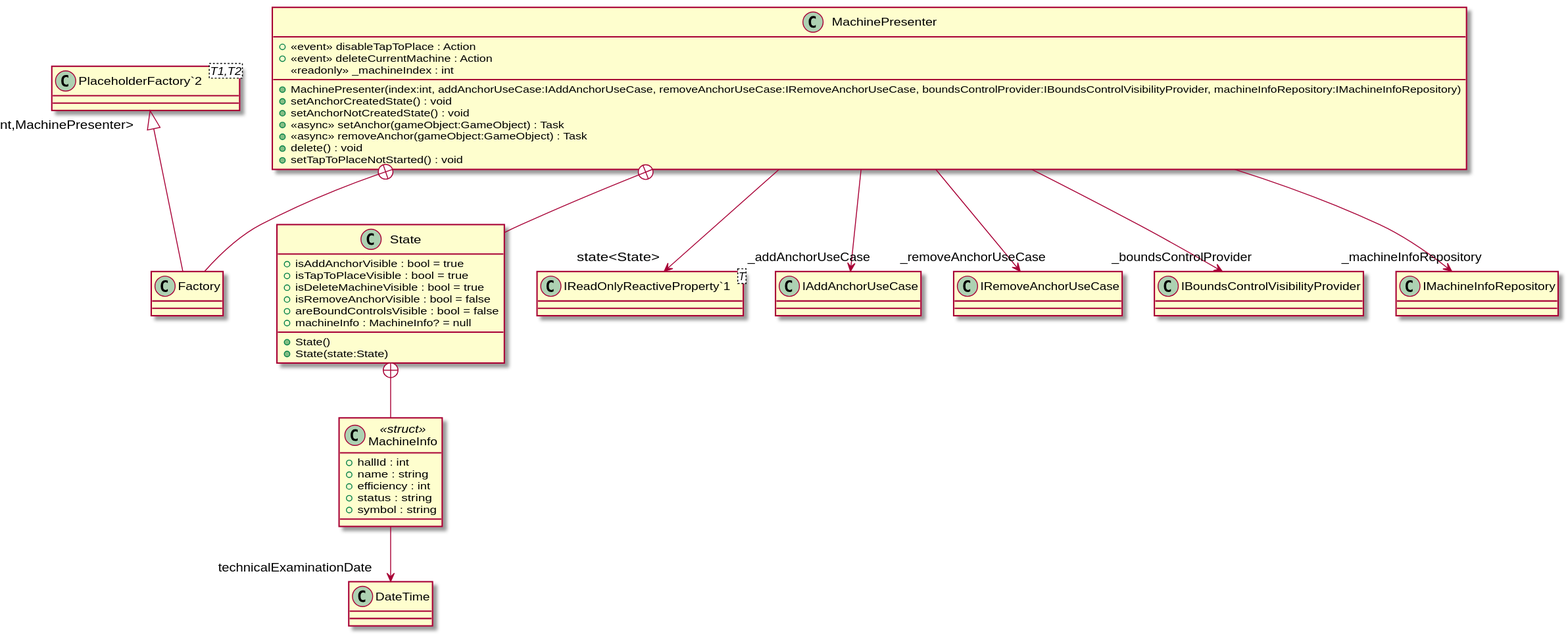
DeNatur/ProductionFloorVisualization keeps this PlantUML diagram as UML/presenters/MachinePresenter.svg. Above is the earlier version.
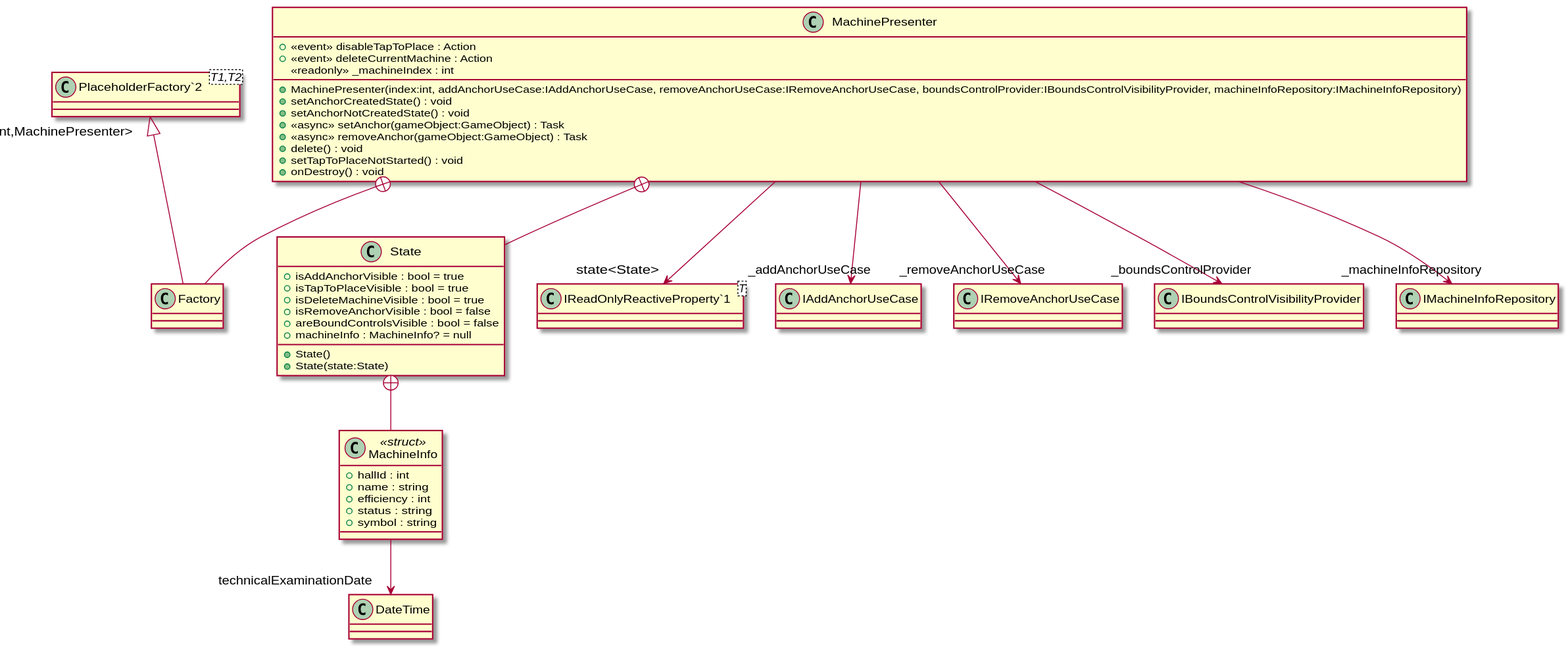
The same file after the commit.

Change to the diagram source:
```diff
@@ -10,6 +10,7 @@
     + <<async>> removeAnchor(gameObject:GameObject) : Task
     + delete() : void
     + setTapToPlaceNotStarted() : void
+    + onDestroy() : void
 }
 class State {
     + isAddAnchorVisible : bool = true
```
